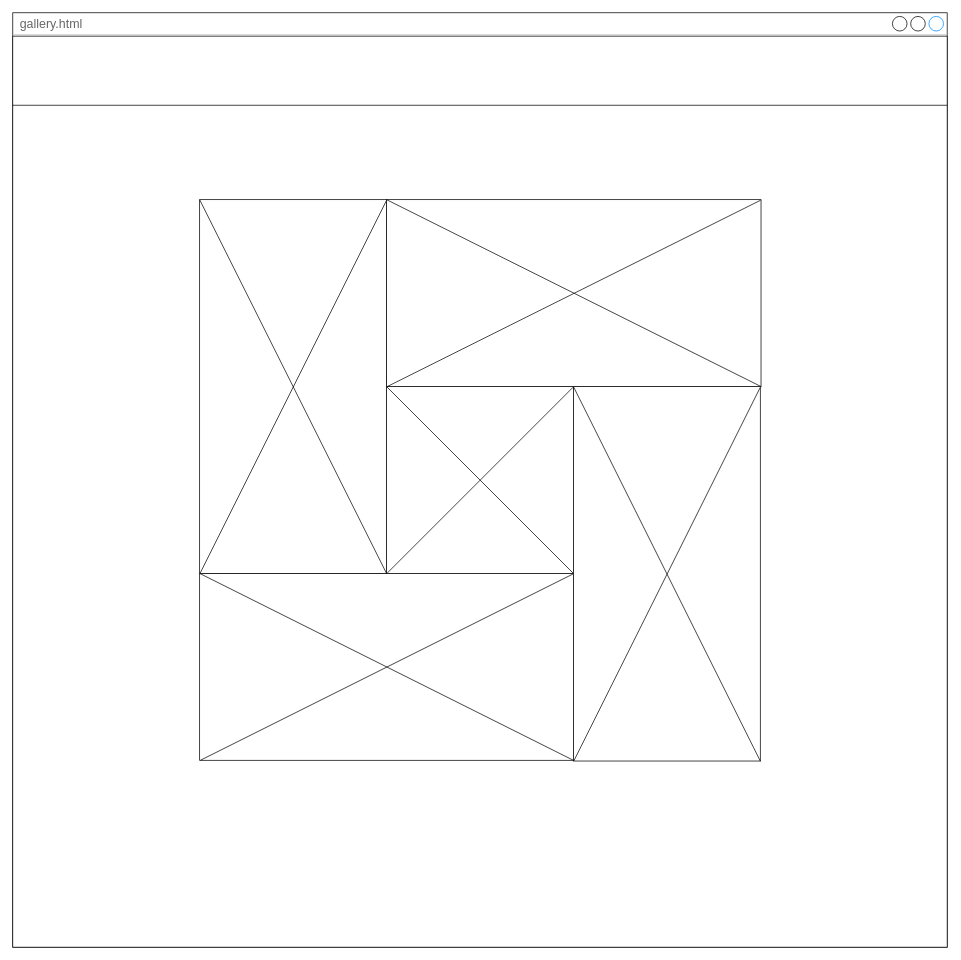
Before: wireframes/desktop/gallery-desktop.drawio in BenBenharrat/livraison03-yesweweb, a draw.io diagram. Source tidied: cells renumbered, new cells numbered last; positions are measured from the earlier drawing's top-left corner, leaving out a move shared by most shapes. Both pictures are drawn from the tidied source at 73%, with x=0, y=0 at pixel (12, 12).
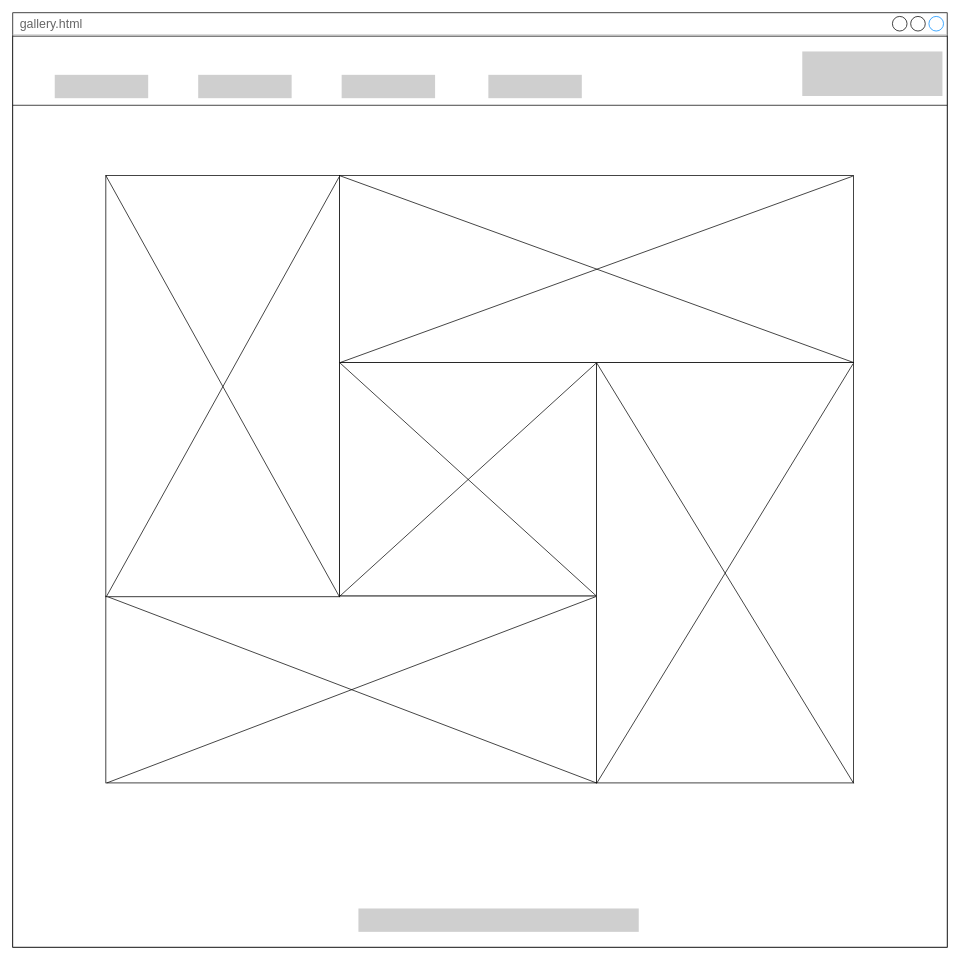
Above is the later version.

Commit message (it also covers changes not shown here):
added more desktop wireframe

Change to the diagram source:
```diff
@@
     <mxCell id="4" style="rounded=0;whiteSpace=wrap;html=1;shadow=0;glass=0;comic=0;strokeWidth=1;fontSize=17;align=left;" parent="1" vertex="1">
-      <mxGeometry x="512" y="512" width="256" height="256" as="geometry" />
+      <mxGeometry x="447.5" y="479" width="352" height="320" as="geometry" />
     </mxCell>
@@
     <mxCell id="7" style="rounded=0;whiteSpace=wrap;html=1;shadow=0;glass=0;comic=0;strokeWidth=1;fontSize=17;align=left;" parent="1" vertex="1">
-      <mxGeometry x="256" y="768" width="512" height="256" as="geometry" />
+      <mxGeometry x="127.5" y="799" width="672" height="256" as="geometry" />
     </mxCell>
@@
     <mxCell id="10" style="rounded=0;whiteSpace=wrap;html=1;shadow=0;glass=0;comic=0;strokeWidth=1;fontSize=17;align=left;" parent="1" vertex="1">
-      <mxGeometry x="768" y="512" width="256" height="513" as="geometry" />
+      <mxGeometry x="799.5" y="479" width="352" height="576" as="geometry" />
     </mxCell>
@@
     <mxCell id="13" style="rounded=0;whiteSpace=wrap;html=1;shadow=0;glass=0;comic=0;strokeWidth=1;fontSize=17;align=left;" parent="1" vertex="1">
-      <mxGeometry x="256" y="256" width="256" height="512" as="geometry" />
+      <mxGeometry x="127.5" y="223" width="320" height="577" as="geometry" />
     </mxCell>
@@
     <mxCell id="16" style="rounded=0;whiteSpace=wrap;html=1;shadow=0;glass=0;comic=0;strokeWidth=1;fontSize=17;align=left;" parent="1" vertex="1">
-      <mxGeometry x="512" y="256" width="513" height="256" as="geometry" />
+      <mxGeometry x="447.5" y="223" width="704" height="256" as="geometry" />
     </mxCell>
@@
+    <mxCell id="22" style="rounded=0;whiteSpace=wrap;html=1;shadow=0;glass=0;comic=0;strokeWidth=1;fontSize=17;fontColor=#333333;align=left;strokeColor=none;fillColor=#CFCFCF;" parent="1" vertex="1">
+      <mxGeometry x="57.5" y="85" width="128" height="32" as="geometry" />
+    </mxCell>
+    <mxCell id="23" style="rounded=0;whiteSpace=wrap;html=1;shadow=0;glass=0;comic=0;strokeWidth=1;fontSize=17;fontColor=#333333;align=left;strokeColor=none;fillColor=#CFCFCF;" parent="1" vertex="1">
+      <mxGeometry x="254" y="85" width="128" height="32" as="geometry" />
+    </mxCell>
+    <mxCell id="24" style="rounded=0;whiteSpace=wrap;html=1;shadow=0;glass=0;comic=0;strokeWidth=1;fontSize=17;fontColor=#333333;align=left;strokeColor=none;fillColor=#CFCFCF;" parent="1" vertex="1">
+      <mxGeometry x="450.5" y="85" width="128" height="32" as="geometry" />
+    </mxCell>
+    <mxCell id="25" style="rounded=0;whiteSpace=wrap;html=1;shadow=0;glass=0;comic=0;strokeWidth=1;fontSize=17;fontColor=#333333;align=left;strokeColor=none;fillColor=#CFCFCF;" parent="1" vertex="1">
+      <mxGeometry x="651.5" y="85" width="128" height="32" as="geometry" />
+    </mxCell>
+    <mxCell id="26" style="rounded=0;whiteSpace=wrap;html=1;shadow=0;glass=0;comic=0;strokeWidth=1;fontSize=17;fontColor=#333333;align=left;strokeColor=none;fillColor=#CFCFCF;" parent="1" vertex="1">
+      <mxGeometry x="473.5" y="1227" width="384" height="32" as="geometry" />
+    </mxCell>
+    <mxCell id="27" style="rounded=0;whiteSpace=wrap;html=1;shadow=0;glass=0;comic=0;strokeWidth=1;fontSize=17;fontColor=#333333;align=left;strokeColor=none;fillColor=#CFCFCF;" parent="1" vertex="1">
+      <mxGeometry x="1081.5" y="53" width="192" height="61" as="geometry" />
+    </mxCell>
```
